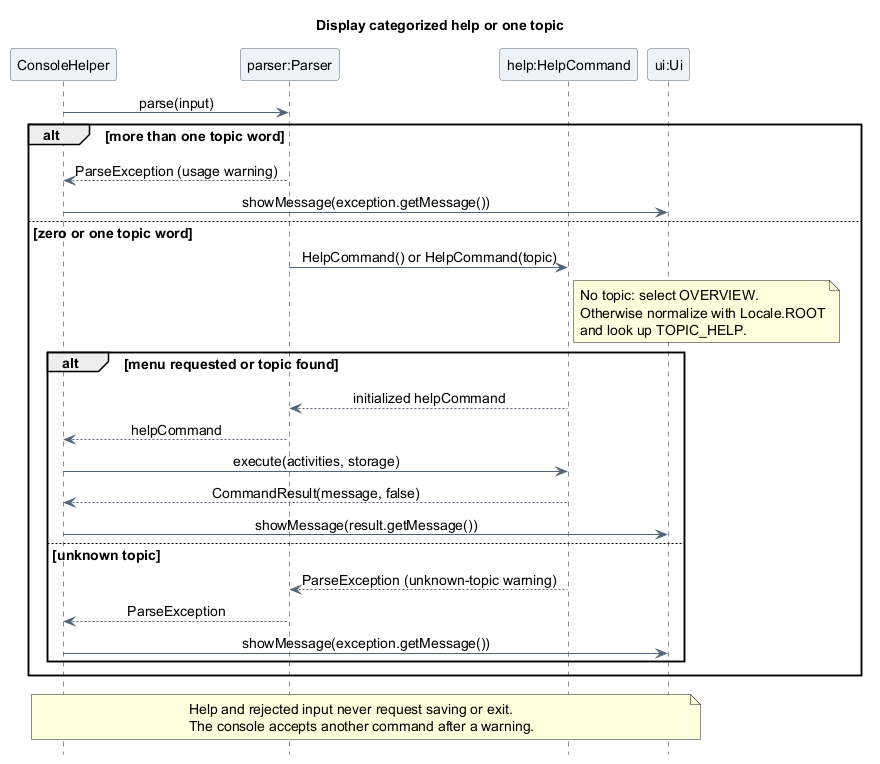
This is docs/images/atharva/sequence/TopicHelpSequence.png from AY2627S1-CS2113-T10-4/tp, a PlantUML export, as it was before one commit. The source it was exported from:
```plantuml
@startuml
title Display categorized help or one topic
skinparam backgroundColor white
skinparam shadowing false
skinparam defaultFontName SansSerif
skinparam defaultFontSize 14
skinparam ParticipantBackgroundColor #EDF3F8
skinparam ParticipantBorderColor #526477
skinparam ArrowColor #526477
skinparam sequenceMessageAlign center
hide footbox

participant "ConsoleHelper" as Console
participant "parser:Parser" as Parser
participant "help:HelpCommand" as Help
participant "ui:Ui" as UI

Console -> Parser : parse(input)
alt more than one topic word
  Parser --> Console : ParseException (usage warning)
  Console -> UI : showMessage(exception.getMessage())
else zero or one topic word
  Parser -> Help : HelpCommand() or HelpCommand(topic)
  note right of Help
    No topic: select OVERVIEW.
    Otherwise normalize with Locale.ROOT
    and look up TOPIC_HELP.
  end note
  alt menu requested or topic found
    Help --> Parser : initialized helpCommand
    Parser --> Console : helpCommand
    Console -> Help : execute(activities, storage)
    Help --> Console : CommandResult(message, false)
    Console -> UI : showMessage(result.getMessage())
  else unknown topic
    Help --> Parser : ParseException (unknown-topic warning)
    Parser --> Console : ParseException
    Console -> UI : showMessage(exception.getMessage())
  end
end

note over Console, UI
  Help and rejected input never request saving or exit.
  The console accepts another command after a warning.
end note
@enduml
```
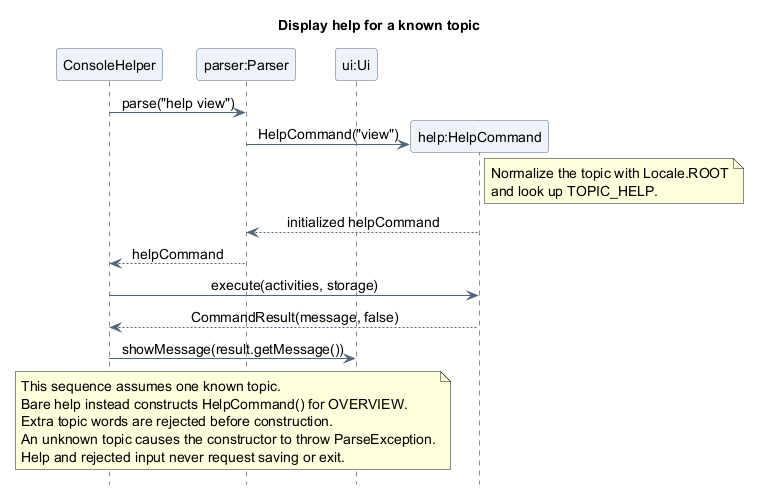
The same diagram one commit later.

What changed in the source:
```diff
@@ -1,5 +1,5 @@
 @startuml
-title Display categorized help or one topic
+title Display help for a known topic
 skinparam backgroundColor white
 skinparam shadowing false
 skinparam defaultFontName SansSerif
@@ -12,35 +12,26 @@
 
 participant "ConsoleHelper" as Console
 participant "parser:Parser" as Parser
-participant "help:HelpCommand" as Help
 participant "ui:Ui" as UI
 
-Console -> Parser : parse(input)
-alt more than one topic word
-  Parser --> Console : ParseException (usage warning)
-  Console -> UI : showMessage(exception.getMessage())
-else zero or one topic word
-  Parser -> Help : HelpCommand() or HelpCommand(topic)
-  note right of Help
-    No topic: select OVERVIEW.
-    Otherwise normalize with Locale.ROOT
-    and look up TOPIC_HELP.
-  end note
-  alt menu requested or topic found
-    Help --> Parser : initialized helpCommand
-    Parser --> Console : helpCommand
-    Console -> Help : execute(activities, storage)
-    Help --> Console : CommandResult(message, false)
-    Console -> UI : showMessage(result.getMessage())
-  else unknown topic
-    Help --> Parser : ParseException (unknown-topic warning)
-    Parser --> Console : ParseException
-    Console -> UI : showMessage(exception.getMessage())
-  end
-end
+Console -> Parser : parse("help view")
+create participant "help:HelpCommand" as Help
+Parser -> Help : HelpCommand("view")
+note right of Help
+  Normalize the topic with Locale.ROOT
+  and look up TOPIC_HELP.
+end note
+Help --> Parser : initialized helpCommand
+Parser --> Console : helpCommand
+Console -> Help : execute(activities, storage)
+Help --> Console : CommandResult(message, false)
+Console -> UI : showMessage(result.getMessage())
 
 note over Console, UI
+  This sequence assumes one known topic.
+  Bare help instead constructs HelpCommand() for OVERVIEW.
+  Extra topic words are rejected before construction.
+  An unknown topic causes the constructor to throw ParseException.
   Help and rejected input never request saving or exit.
-  The console accepts another command after a warning.
 end note
 @enduml
```
